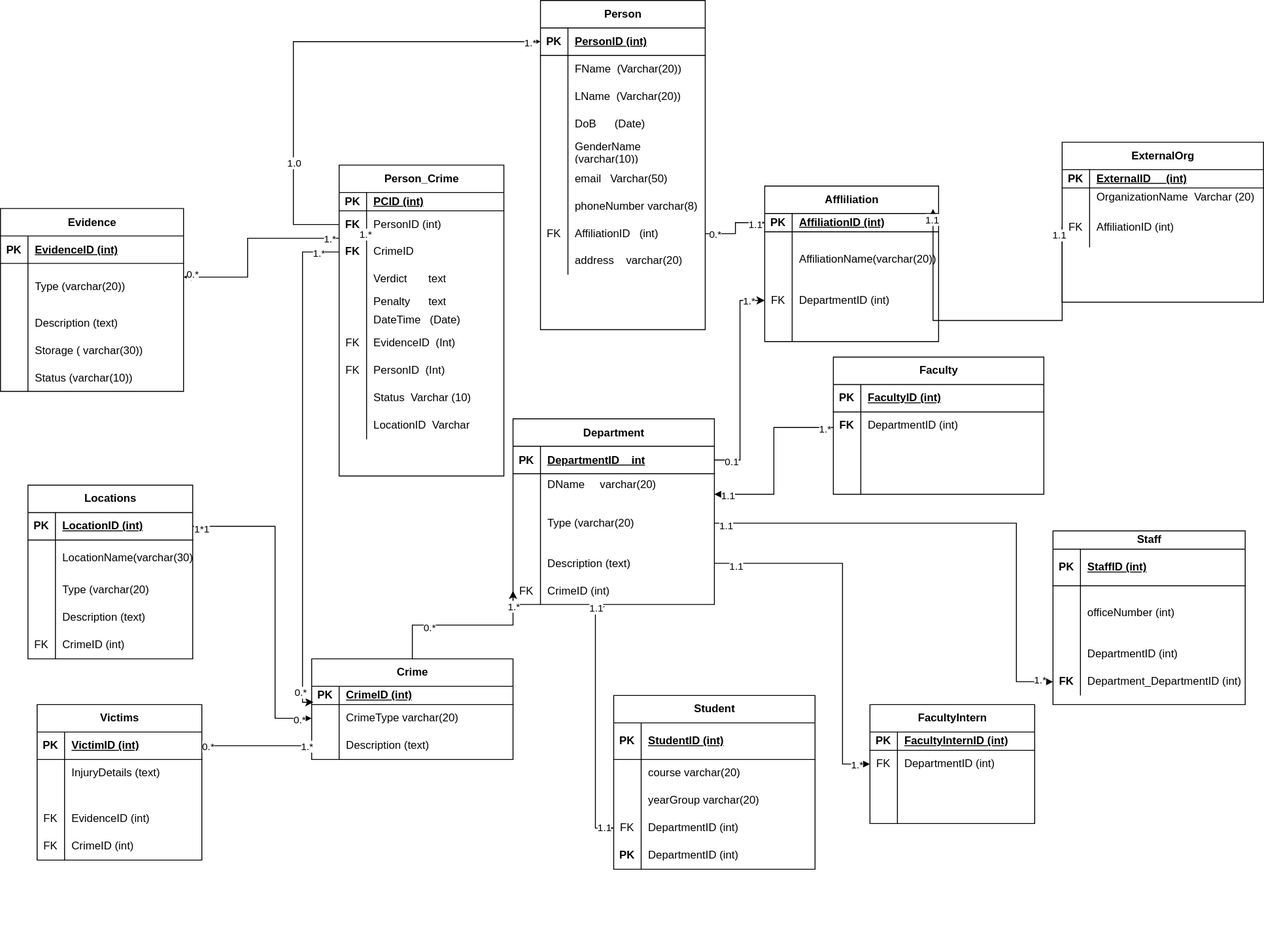
Above: Untitled Diagram.drawio.svg in Priscile2/Diagrams (draw.io), before the change. Source tidied: cells renumbered, new cells last; positions are measured from the earlier drawing's top-left corner, leaving out a move shared by most shapes.
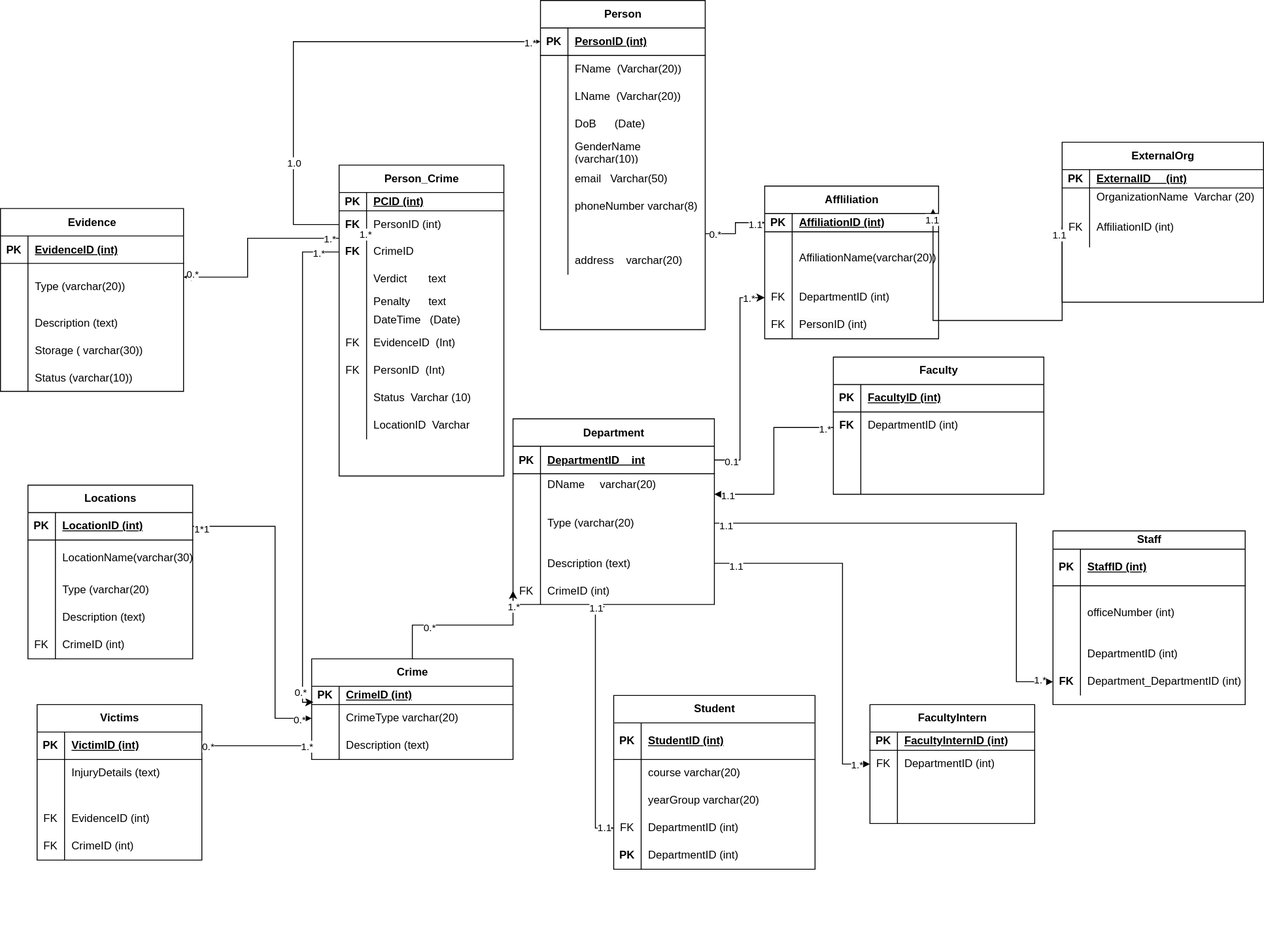
Above is the later version.

Change to the diagram source:
```diff
@@ -71,10 +71,10 @@
     <mxCell id="24" style="shape=tableRow;horizontal=0;startSize=0;swimlaneHead=0;swimlaneBody=0;fillColor=none;points=[[0,0.5],[1,0.5]];portConstraint=eastwest;top=0;left=0;right=0;bottom=0;" parent="2" vertex="1">
       <mxGeometry y="240" width="180" height="30" as="geometry" />
     </mxCell>
-    <mxCell id="25" value="FK" style="shape=partialRectangle;fillColor=none;top=0;left=0;bottom=0;right=0;overflow=hidden;whiteSpace=wrap;html=1;" parent="24" vertex="1">
+    <mxCell id="25" style="shape=partialRectangle;fillColor=none;top=0;left=0;bottom=0;right=0;overflow=hidden;whiteSpace=wrap;html=1;" parent="24" vertex="1">
       <mxGeometry width="30" height="30" as="geometry" />
     </mxCell>
-    <mxCell id="26" value="AffiliationID &amp;nbsp; (int)" style="shape=partialRectangle;fillColor=none;top=0;left=0;bottom=0;right=0;align=left;spacingLeft=6;overflow=hidden;whiteSpace=wrap;html=1;" parent="24" vertex="1">
+    <mxCell id="26" style="shape=partialRectangle;fillColor=none;top=0;left=0;bottom=0;right=0;align=left;spacingLeft=6;overflow=hidden;whiteSpace=wrap;html=1;" parent="24" vertex="1">
       <mxGeometry x="30" width="150" height="30" as="geometry" />
     </mxCell>
     <mxCell id="27" style="shape=tableRow;horizontal=0;startSize=0;swimlaneHead=0;swimlaneBody=0;fillColor=none;top=0;left=0;right=0;bottom=0;" parent="2" vertex="1">
@@ -87,7 +87,7 @@
       <mxGeometry x="30" width="150" height="30" as="geometry" />
     </mxCell>
     <mxCell id="30" value="Affliliation" style="shape=table;startSize=30;rowLines=0;fontStyle=1;align=center;html=1;" parent="1" vertex="1">
-      <mxGeometry x="835" y="203" width="190" height="170" as="geometry" />
+      <mxGeometry x="835" y="203" width="190" height="167" as="geometry" />
     </mxCell>
     <mxCell id="31" style="shape=tableRow;horizontal=0;startSize=0;swimlaneHead=0;swimlaneBody=0;fillColor=none;points=[[0,0.5],[1,0.5]];portConstraint=eastwest;top=0;left=0;right=0;bottom=1;" parent="30" vertex="1">
       <mxGeometry y="30" width="190" height="20" as="geometry" />
@@ -99,16 +99,16 @@
       <mxGeometry x="30" width="160" height="20" as="geometry" />
     </mxCell>
     <mxCell id="34" style="shape=tableRow;horizontal=0;startSize=0;swimlaneHead=0;swimlaneBody=0;fillColor=none;top=0;left=0;right=0;bottom=0;" parent="30" vertex="1">
-      <mxGeometry y="50" width="190" height="60" as="geometry" />
+      <mxGeometry y="50" width="190" height="57" as="geometry" />
     </mxCell>
     <mxCell id="35" style="shape=partialRectangle;fillColor=none;top=0;left=0;bottom=0;right=0;overflow=hidden;whiteSpace=wrap;html=1;" parent="34" vertex="1">
-      <mxGeometry width="30" height="60" as="geometry" />
+      <mxGeometry width="30" height="57" as="geometry" />
     </mxCell>
     <mxCell id="36" value="AffiliationName(varchar(20))" style="shape=partialRectangle;fillColor=none;top=0;left=0;bottom=0;right=0;align=left;spacingLeft=6;overflow=hidden;whiteSpace=wrap;html=1;" parent="34" vertex="1">
-      <mxGeometry x="30" width="160" height="60" as="geometry" />
+      <mxGeometry x="30" width="160" height="57" as="geometry" />
     </mxCell>
     <mxCell id="37" style="shape=tableRow;horizontal=0;startSize=0;swimlaneHead=0;swimlaneBody=0;fillColor=none;points=[[0,0.5],[1,0.5]];portConstraint=eastwest;top=0;left=0;right=0;bottom=0;" parent="30" vertex="1">
-      <mxGeometry y="110" width="190" height="30" as="geometry" />
+      <mxGeometry y="107" width="190" height="30" as="geometry" />
     </mxCell>
     <mxCell id="38" value="FK" style="shape=partialRectangle;fillColor=none;top=0;left=0;bottom=0;right=0;overflow=hidden;whiteSpace=wrap;html=1;" parent="37" vertex="1">
       <mxGeometry width="30" height="30" as="geometry" />
@@ -117,12 +117,12 @@
       <mxGeometry x="30" width="160" height="30" as="geometry" />
     </mxCell>
     <mxCell id="40" style="shape=tableRow;horizontal=0;startSize=0;swimlaneHead=0;swimlaneBody=0;fillColor=none;top=0;left=0;right=0;bottom=0;" parent="30" vertex="1">
-      <mxGeometry y="140" width="190" height="30" as="geometry" />
+      <mxGeometry y="137" width="190" height="30" as="geometry" />
     </mxCell>
-    <mxCell id="41" style="shape=partialRectangle;fillColor=none;top=0;left=0;bottom=0;right=0;overflow=hidden;whiteSpace=wrap;html=1;" parent="40" vertex="1">
+    <mxCell id="41" value="FK" style="shape=partialRectangle;fillColor=none;top=0;left=0;bottom=0;right=0;overflow=hidden;whiteSpace=wrap;html=1;" parent="40" vertex="1">
       <mxGeometry width="30" height="30" as="geometry" />
     </mxCell>
-    <mxCell id="42" style="shape=partialRectangle;fillColor=none;top=0;left=0;bottom=0;right=0;align=left;spacingLeft=6;overflow=hidden;whiteSpace=wrap;html=1;" parent="40" vertex="1">
+    <mxCell id="42" value="&lt;span style=&quot;caret-color: rgb(0, 0, 0); color: rgb(0, 0, 0); font-family: Helvetica; font-size: 12.000001px; font-style: normal; font-variant-caps: normal; font-weight: 400; letter-spacing: normal; text-align: left; text-indent: 0px; text-transform: none; word-spacing: 0px; -webkit-text-stroke-width: 0px; background-color: rgb(251, 251, 251); text-decoration: none; float: none; display: inline !important;&quot;&gt;PersonID (int)&lt;/span&gt;" style="shape=partialRectangle;fillColor=none;top=0;left=0;bottom=0;right=0;align=left;spacingLeft=6;overflow=hidden;whiteSpace=wrap;html=1;" parent="40" vertex="1">
       <mxGeometry x="30" width="160" height="30" as="geometry" />
     </mxCell>
     <mxCell id="43" value="Department" style="shape=table;startSize=30;rowLines=0;fontStyle=1;align=center;html=1;" parent="1" vertex="1">
```
